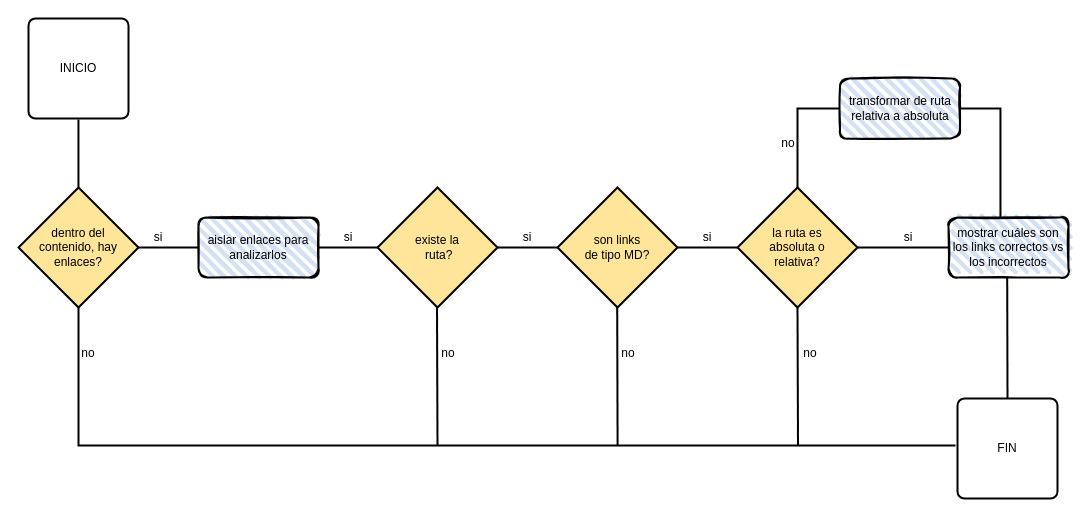
This is Diagrama sin título.drawio from RosarioHA/DEV001-md-linksRHA, a draw.io file, before an edit. Source tidied: cells renumbered, new cells numbered last; positions are measured from the earlier drawing's top-left corner, leaving out a move shared by most shapes. Both pictures are drawn from the tidied source at 100%, with x=0, y=0 at pixel (18, -62).
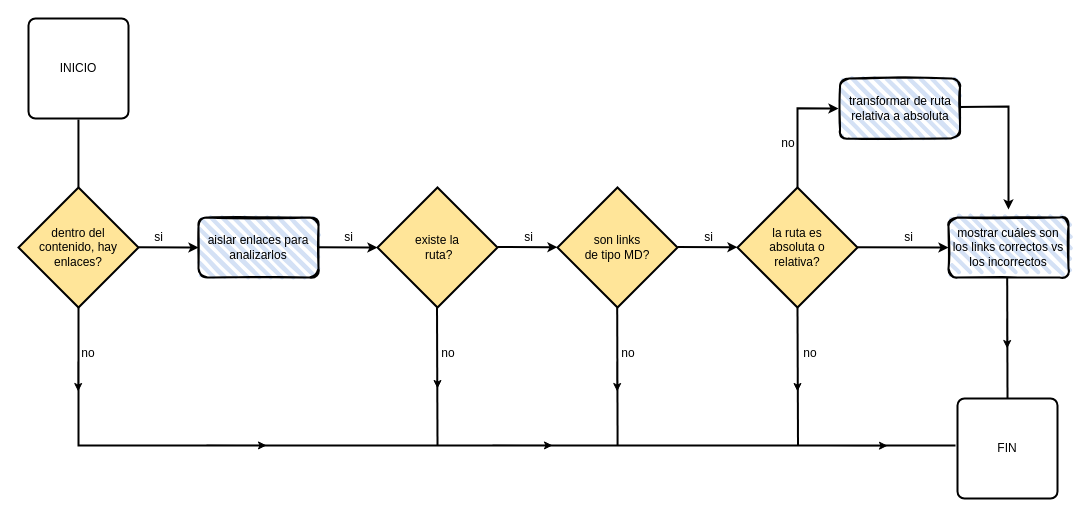
After the change.

Unchanged cells that the change refers to:
```xml
<mxCell id="7" value="transformar de ruta relativa a absoluta " style="rounded=1;whiteSpace=wrap;html=1;strokeWidth=2;fillWeight=4;hachureGap=8;hachureAngle=45;fillColor=#D4E1F5;sketch=1;" parent="1" vertex="1">
  <mxGeometry x="821.5" y="140" width="120" height="60" as="geometry" />
</mxCell>
<mxCell id="8" value="&lt;div&gt;la ruta es &lt;br&gt;&lt;/div&gt;&lt;div&gt;absoluta o &lt;br&gt;&lt;/div&gt;&lt;div&gt;relativa?&lt;br&gt;&lt;/div&gt;" style="strokeWidth=2;html=1;shape=mxgraph.flowchart.decision;whiteSpace=wrap;fillColor=#FFE599;" parent="1" vertex="1">
  <mxGeometry x="719" y="249" width="120" height="120" as="geometry" />
</mxCell>
<mxCell id="11" value="mostrar cuáles son los links correctos vs los incorrectos" style="rounded=1;whiteSpace=wrap;html=1;strokeWidth=2;fillWeight=4;hachureGap=8;hachureAngle=45;fillColor=#D4E1F5;sketch=1;" parent="1" vertex="1">
  <mxGeometry x="930" y="279" width="120" height="60" as="geometry" />
</mxCell>
```

What changed in the source:
```diff
@@
-    <mxCell id="12" style="line;strokeWidth=2;html=1;rotation=0;" parent="1" vertex="1">
-      <mxGeometry x="120" y="304" width="60" height="10" as="geometry" />
-    </mxCell>
-    <mxCell id="13" style="line;strokeWidth=2;html=1;rotation=0;" parent="1" vertex="1">
-      <mxGeometry x="300" y="304" width="60" height="10" as="geometry" />
-    </mxCell>
-    <mxCell id="14" style="line;strokeWidth=2;html=1;rotation=0;" parent="1" vertex="1">
-      <mxGeometry x="479" y="304" width="60" height="10" as="geometry" />
-    </mxCell>
-    <mxCell id="15" style="line;strokeWidth=2;html=1;rotation=0;" parent="1" vertex="1">
-      <mxGeometry x="659" y="304" width="60" height="10" as="geometry" />
-    </mxCell>
-    <mxCell id="16" style="line;strokeWidth=2;html=1;rotation=0;" parent="1" vertex="1">
-      <mxGeometry x="839" y="304" width="91" height="10" as="geometry" />
-    </mxCell>
-    <mxCell id="17" style="shape=partialRectangle;whiteSpace=wrap;html=1;bottom=0;right=0;fillColor=none;strokeWidth=2;" parent="1" vertex="1">
-      <mxGeometry x="779" y="170" width="41" height="79" as="geometry" />
-    </mxCell>
-    <mxCell id="18" style="shape=partialRectangle;whiteSpace=wrap;html=1;bottom=0;right=0;fillColor=none;strokeWidth=2;rotation=90;" parent="1" vertex="1">
-      <mxGeometry x="908.2" y="203.8" width="107.5" height="40" as="geometry" />
-    </mxCell>
@@
-    <mxCell id="24" value="si" style="text;strokeColor=none;align=center;fillColor=none;html=1;verticalAlign=middle;whiteSpace=wrap;rounded=0;strokeWidth=2;" parent="1" vertex="1">
-      <mxGeometry x="110" y="284" width="60" height="30" as="geometry" />
-    </mxCell>
@@
-    <mxCell id="29" value="si" style="text;strokeColor=none;align=center;fillColor=none;html=1;verticalAlign=middle;whiteSpace=wrap;rounded=0;strokeWidth=2;" parent="1" vertex="1">
-      <mxGeometry x="300" y="284" width="60" height="30" as="geometry" />
-    </mxCell>
     <mxCell id="30" value="si" style="text;strokeColor=none;align=center;fillColor=none;html=1;verticalAlign=middle;whiteSpace=wrap;rounded=0;strokeWidth=2;" parent="1" vertex="1">
-      <mxGeometry x="479" y="284" width="60" height="30" as="geometry" />
+      <mxGeometry x="130" y="284" width="21" height="30" as="geometry" />
     </mxCell>
-    <mxCell id="31" value="si" style="text;strokeColor=none;align=center;fillColor=none;html=1;verticalAlign=middle;whiteSpace=wrap;rounded=0;strokeWidth=2;" parent="1" vertex="1">
-      <mxGeometry x="659" y="284" width="60" height="30" as="geometry" />
-    </mxCell>
-    <mxCell id="32" value="si" style="text;strokeColor=none;align=center;fillColor=none;html=1;verticalAlign=middle;whiteSpace=wrap;rounded=0;strokeWidth=2;" parent="1" vertex="1">
-      <mxGeometry x="860" y="284" width="60" height="30" as="geometry" />
-    </mxCell>
@@
+    <mxCell id="34" style="endArrow=classic;html=1;rounded=0;strokeWidth=2;endSize=4;entryX=0;entryY=0.5;entryDx=0;entryDy=0;" parent="1" edge="1">
+      <mxGeometry relative="1" as="geometry">
+        <mxPoint x="120" y="308.8" as="sourcePoint" />
+        <mxPoint x="180" y="309" as="targetPoint" />
+      </mxGeometry>
+    </mxCell>
+    <mxCell id="35" style="endArrow=classic;html=1;rounded=0;strokeWidth=2;endSize=4;entryX=0;entryY=0.5;entryDx=0;entryDy=0;" parent="1" edge="1">
+      <mxGeometry relative="1" as="geometry">
+        <mxPoint x="299" y="308.8" as="sourcePoint" />
+        <mxPoint x="359" y="309" as="targetPoint" />
+      </mxGeometry>
+    </mxCell>
+    <mxCell id="36" style="endArrow=classic;html=1;rounded=0;strokeWidth=2;endSize=4;entryX=0;entryY=0.5;entryDx=0;entryDy=0;" parent="1" edge="1">
+      <mxGeometry relative="1" as="geometry">
+        <mxPoint x="479" y="308.5" as="sourcePoint" />
+        <mxPoint x="539" y="308.7" as="targetPoint" />
+      </mxGeometry>
+    </mxCell>
+    <mxCell id="37" style="endArrow=classic;html=1;rounded=0;strokeWidth=2;endSize=4;entryX=0;entryY=0.5;entryDx=0;entryDy=0;" parent="1" edge="1">
+      <mxGeometry relative="1" as="geometry">
+        <mxPoint x="659" y="308.5" as="sourcePoint" />
+        <mxPoint x="719" y="308.7" as="targetPoint" />
+      </mxGeometry>
+    </mxCell>
+    <mxCell id="38" style="endArrow=classic;html=1;rounded=0;strokeWidth=2;endSize=4;entryX=0;entryY=0.5;entryDx=0;entryDy=0;" parent="1" edge="1" target="11">
+      <mxGeometry relative="1" as="geometry">
+        <mxPoint x="839" y="308.8" as="sourcePoint" />
+      </mxGeometry>
+    </mxCell>
+    <mxCell id="39" value="si" style="text;strokeColor=none;align=center;fillColor=none;html=1;verticalAlign=middle;whiteSpace=wrap;rounded=0;strokeWidth=2;" parent="1" vertex="1">
+      <mxGeometry x="320" y="284" width="21" height="30" as="geometry" />
+    </mxCell>
+    <mxCell id="40" value="si" style="text;strokeColor=none;align=center;fillColor=none;html=1;verticalAlign=middle;whiteSpace=wrap;rounded=0;strokeWidth=2;" parent="1" vertex="1">
+      <mxGeometry x="500" y="284" width="21" height="30" as="geometry" />
+    </mxCell>
+    <mxCell id="41" value="si" style="text;strokeColor=none;align=center;fillColor=none;html=1;verticalAlign=middle;whiteSpace=wrap;rounded=0;strokeWidth=2;" parent="1" vertex="1">
+      <mxGeometry x="680" y="284" width="21" height="30" as="geometry" />
+    </mxCell>
+    <mxCell id="42" value="si" style="text;strokeColor=none;align=center;fillColor=none;html=1;verticalAlign=middle;whiteSpace=wrap;rounded=0;strokeWidth=2;" parent="1" vertex="1">
+      <mxGeometry x="880" y="284" width="21" height="30" as="geometry" />
+    </mxCell>
+    <mxCell id="43" style="endArrow=classic;html=1;rounded=0;strokeWidth=1;endSize=6;" parent="1" edge="1">
+      <mxGeometry relative="1" as="geometry">
+        <mxPoint x="419" y="420" as="sourcePoint" />
+        <mxPoint x="419" y="450" as="targetPoint" />
+      </mxGeometry>
+    </mxCell>
+    <mxCell id="44" style="endArrow=classic;html=1;rounded=0;strokeWidth=1;endSize=6;" parent="1" edge="1">
+      <mxGeometry relative="1" as="geometry">
+        <mxPoint x="598.7" y="423" as="sourcePoint" />
+        <mxPoint x="598.7" y="453" as="targetPoint" />
+      </mxGeometry>
+    </mxCell>
+    <mxCell id="45" style="endArrow=classic;html=1;rounded=0;strokeWidth=1;endSize=6;" parent="1" edge="1">
+      <mxGeometry relative="1" as="geometry">
+        <mxPoint x="59.7" y="423" as="sourcePoint" />
+        <mxPoint x="59.7" y="453" as="targetPoint" />
+      </mxGeometry>
+    </mxCell>
+    <mxCell id="46" style="endArrow=classic;html=1;rounded=0;strokeWidth=1;endSize=6;" parent="1" edge="1">
+      <mxGeometry relative="1" as="geometry">
+        <mxPoint x="779" y="423" as="sourcePoint" />
+        <mxPoint x="779" y="453" as="targetPoint" />
+      </mxGeometry>
+    </mxCell>
+    <mxCell id="47" style="endArrow=classic;html=1;rounded=0;strokeWidth=1;endSize=6;" parent="1" edge="1">
+      <mxGeometry relative="1" as="geometry">
+        <mxPoint x="988.7" y="380" as="sourcePoint" />
+        <mxPoint x="988.7" y="410" as="targetPoint" />
+      </mxGeometry>
+    </mxCell>
+    <mxCell id="48" style="endArrow=classic;html=1;rounded=0;strokeWidth=2;endSize=4;exitX=0.5;exitY=0;exitDx=0;exitDy=0;exitPerimeter=0;" parent="1" edge="1" source="8">
+      <mxGeometry relative="1" as="geometry">
+        <mxPoint x="820" y="170" as="targetPoint" />
+        <Array as="points">
+          <mxPoint x="779" y="169.8" />
+        </Array>
+      </mxGeometry>
+    </mxCell>
+    <mxCell id="49" style="endArrow=classic;html=1;rounded=0;strokeWidth=2;endSize=4;entryX=0.5;entryY=0;entryDx=0;entryDy=0;exitX=0.995;exitY=0.473;exitDx=0;exitDy=0;exitPerimeter=0;" parent="1" edge="1" source="7">
+      <mxGeometry relative="1" as="geometry">
+        <mxPoint x="990" y="271" as="targetPoint" />
+        <Array as="points">
+          <mxPoint x="990" y="168" />
+        </Array>
+      </mxGeometry>
+    </mxCell>
+    <mxCell id="50" style="endArrow=classic;html=1;rounded=0;strokeWidth=1;endSize=6;entryX=0;entryY=0.5;entryDx=0;entryDy=0;" parent="1" edge="1">
+      <mxGeometry relative="1" as="geometry">
+        <mxPoint x="188" y="506.7" as="sourcePoint" />
+        <mxPoint x="248" y="506.9" as="targetPoint" />
+        <Array as="points">
+          <mxPoint x="218" y="506.9" />
+        </Array>
+      </mxGeometry>
+    </mxCell>
+    <mxCell id="51" style="endArrow=classic;html=1;rounded=0;strokeWidth=1;endSize=6;entryX=0;entryY=0.5;entryDx=0;entryDy=0;" parent="1" edge="1">
+      <mxGeometry relative="1" as="geometry">
+        <mxPoint x="474" y="506.7" as="sourcePoint" />
+        <mxPoint x="534" y="506.9" as="targetPoint" />
+        <Array as="points">
+          <mxPoint x="504" y="506.9" />
+        </Array>
+      </mxGeometry>
+    </mxCell>
+    <mxCell id="52" style="endArrow=classic;html=1;rounded=0;strokeWidth=1;endSize=6;entryX=0;entryY=0.5;entryDx=0;entryDy=0;" parent="1" edge="1">
+      <mxGeometry relative="1" as="geometry">
+        <mxPoint x="809" y="507" as="sourcePoint" />
+        <mxPoint x="869" y="507.2" as="targetPoint" />
+        <Array as="points">
+          <mxPoint x="839" y="507.2" />
+        </Array>
+      </mxGeometry>
+    </mxCell>
```
